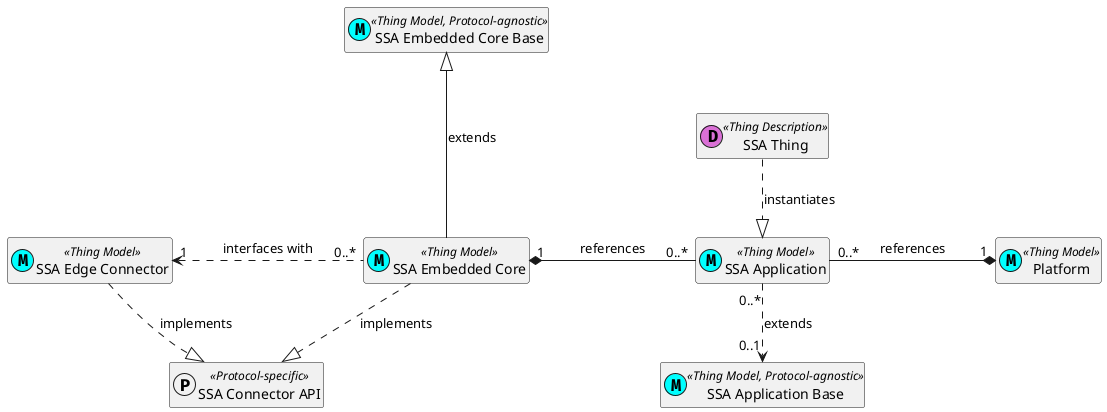
Before: uml/tm_relations.png, a diagram exported from PlantUML (les2feup/CityLink).
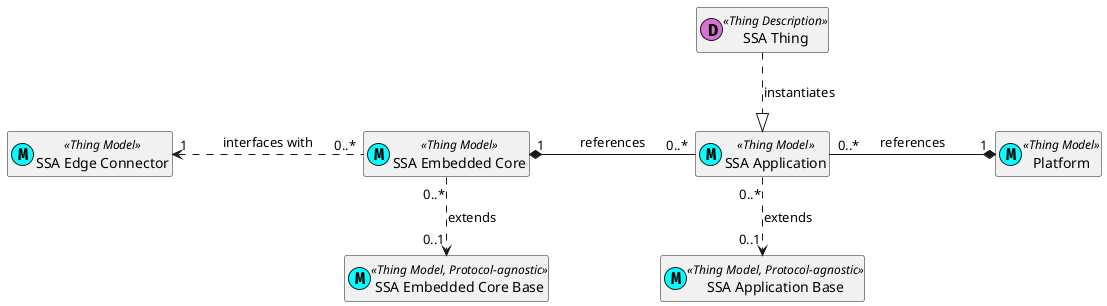
The same diagram one commit later.

Commit message:
updates to tm class diagram

Diff of the diagram source:
```diff
@@ -16,18 +16,13 @@
 
 class "SSA Edge Connector" as ectm << (M, cyan) Thing Model >>
 
-protocol "SSA Connector API" as capi << Protocol-specific >>
-
 ssat ..|> atm : instantiates
 atm "0..*"..> "0..1" abtm : extends
 
 atm "0..*" -right--* "1" ptm : references
 atm "0..*" -left--* "1" rtm : references
 
-rtm -up--|> rbtm : extends
-
-rtm ..|> capi : implements
-ectm ..|> capi : implements
+rtm "0..*" ..> "0..1"rbtm : extends
 
 rtm "0..*" -left..> "1" ectm : interfaces with
 
```
